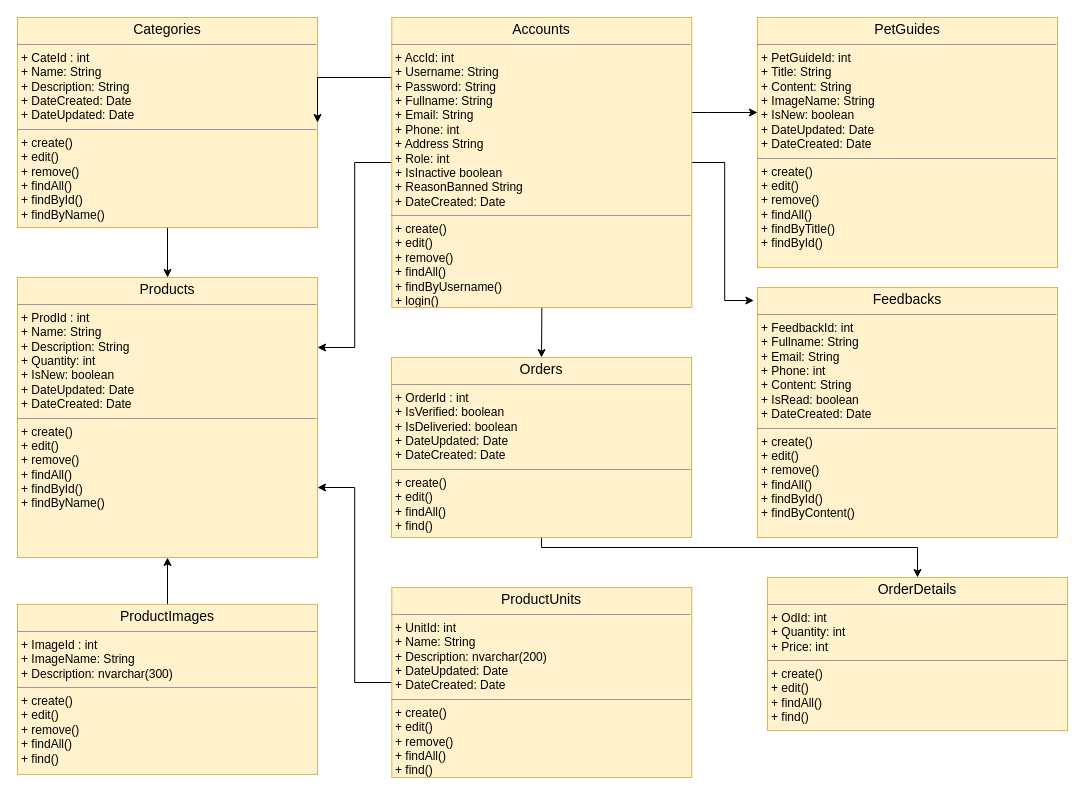
duyphuong403/PetCare keeps this draw.io diagram as page "Class Diagram" (5 of 7) of Documents/Diagrams/Overrall-Design.drawio. Above is the earlier version. Source tidied: cells renumbered, new cells numbered last; positions are measured from the earlier drawing's top-left corner, leaving out a move shared by most shapes. Both pictures are drawn from the tidied source at 100%, with x=0, y=0 at pixel (17, 17).
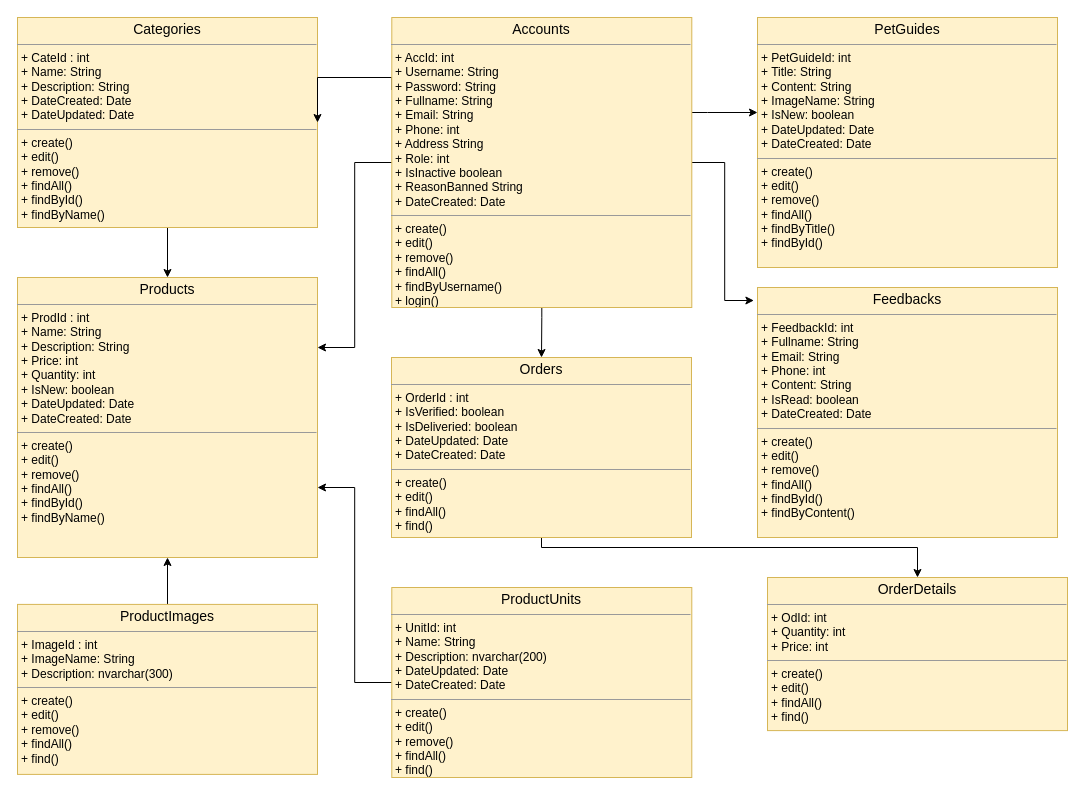
After the change.

Change to the diagram source:
```diff
@@
-    <mxCell id="15" value="&lt;p style=&quot;margin: 0px ; margin-top: 4px ; text-align: center&quot;&gt;&lt;span style=&quot;font-size: 14px&quot;&gt;Products&lt;/span&gt;&lt;br&gt;&lt;/p&gt;&lt;hr size=&quot;1&quot;&gt;&lt;p style=&quot;margin: 0px ; margin-left: 4px&quot;&gt;+ ProdId : int&lt;br&gt;+ Name: String&lt;/p&gt;&lt;p style=&quot;margin: 0px ; margin-left: 4px&quot;&gt;+ Description: String&lt;/p&gt;&lt;p style=&quot;margin: 0px ; margin-left: 4px&quot;&gt;+ Quantity: int&lt;/p&gt;&lt;p style=&quot;margin: 0px ; margin-left: 4px&quot;&gt;+ IsNew: boolean&lt;/p&gt;&lt;p style=&quot;margin: 0px 0px 0px 4px&quot;&gt;&lt;span&gt;+ DateUpdated: Date&lt;/span&gt;&lt;/p&gt;&lt;p style=&quot;margin: 0px 0px 0px 4px&quot;&gt;&lt;span&gt;+ DateCreated: Date&lt;/span&gt;&lt;/p&gt;&lt;hr size=&quot;1&quot;&gt;&lt;p style=&quot;margin: 0px 0px 0px 4px&quot;&gt;+ create()&lt;/p&gt;&lt;p style=&quot;margin: 0px 0px 0px 4px&quot;&gt;+ edit()&lt;/p&gt;&lt;p style=&quot;margin: 0px 0px 0px 4px&quot;&gt;+ remove()&lt;/p&gt;&lt;p style=&quot;margin: 0px 0px 0px 4px&quot;&gt;+ findAll()&lt;/p&gt;&lt;p style=&quot;margin: 0px 0px 0px 4px&quot;&gt;+ findById()&lt;/p&gt;&lt;p style=&quot;margin: 0px 0px 0px 4px&quot;&gt;+ findByName()&lt;/p&gt;" style="verticalAlign=top;align=left;overflow=fill;fontSize=12;fontFamily=Helvetica;html=1;fillColor=#fff2cc;strokeColor=#d6b656;gradientDirection=north;" parent="1" vertex="1">
+    <mxCell id="15" value="&lt;p style=&quot;margin: 0px ; margin-top: 4px ; text-align: center&quot;&gt;&lt;span style=&quot;font-size: 14px&quot;&gt;Products&lt;/span&gt;&lt;br&gt;&lt;/p&gt;&lt;hr size=&quot;1&quot;&gt;&lt;p style=&quot;margin: 0px ; margin-left: 4px&quot;&gt;+ ProdId : int&lt;br&gt;+ Name: String&lt;/p&gt;&lt;p style=&quot;margin: 0px ; margin-left: 4px&quot;&gt;+ Description: String&lt;/p&gt;&lt;p style=&quot;margin: 0px ; margin-left: 4px&quot;&gt;+ Price: int&lt;/p&gt;&lt;p style=&quot;margin: 0px ; margin-left: 4px&quot;&gt;+ Quantity: int&lt;/p&gt;&lt;p style=&quot;margin: 0px ; margin-left: 4px&quot;&gt;+ IsNew: boolean&lt;/p&gt;&lt;p style=&quot;margin: 0px 0px 0px 4px&quot;&gt;&lt;span&gt;+ DateUpdated: Date&lt;/span&gt;&lt;/p&gt;&lt;p style=&quot;margin: 0px 0px 0px 4px&quot;&gt;&lt;span&gt;+ DateCreated: Date&lt;/span&gt;&lt;/p&gt;&lt;hr size=&quot;1&quot;&gt;&lt;p style=&quot;margin: 0px 0px 0px 4px&quot;&gt;+ create()&lt;/p&gt;&lt;p style=&quot;margin: 0px 0px 0px 4px&quot;&gt;+ edit()&lt;/p&gt;&lt;p style=&quot;margin: 0px 0px 0px 4px&quot;&gt;+ remove()&lt;/p&gt;&lt;p style=&quot;margin: 0px 0px 0px 4px&quot;&gt;+ findAll()&lt;/p&gt;&lt;p style=&quot;margin: 0px 0px 0px 4px&quot;&gt;+ findById()&lt;/p&gt;&lt;p style=&quot;margin: 0px 0px 0px 4px&quot;&gt;+ findByName()&lt;/p&gt;" style="verticalAlign=top;align=left;overflow=fill;fontSize=12;fontFamily=Helvetica;html=1;fillColor=#fff2cc;strokeColor=#d6b656;gradientDirection=north;" parent="1" vertex="1">
       <mxGeometry y="260" width="300" height="280" as="geometry" />
     </mxCell>
```
